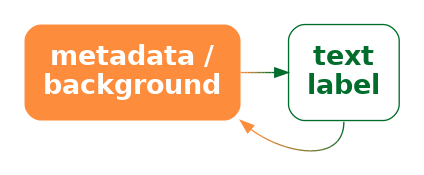
The Graphviz diagram Diagrams/meta-label.png in pmur002/hdvw, before a commit. Its source is kept beside it as Diagrams/meta-label.dot.
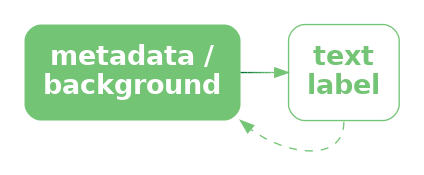
After the change.

The edit, as a diff of the source:
```diff
@@ -1,9 +1,9 @@
 digraph {
   graph [ rankdir=LR; margin=.2; nodesep=.5 ];
   node [ fontsize=20; fontname="sans bold"; margin=.2 ];
-  meta [ label="metadata /\nbackground"; shape=box; style="filled, rounded"; penwidth=0; fontcolor=white; fillcolor="#FD8D3C" ]
+  meta [ label="metadata /\nbackground"; shape=box; style="filled, rounded"; penwidth=0; fontcolor=white; fillcolor="#74C476" ]
   label [ label="text\nlabel"; shape=box;
-       style="rounded"; color="#006D2C"; fontcolor="#006D2C" ]
-  meta -> label [ style="bold"; penwidth=1; color="#FD8D3C;0.1:#E1893A;0.1:#C58638;0.1:#A98237;0.1:#8D7F35;0.1:#707B33;0.1:#547831;0.1:#387430;0.1:#1C712E;0.1:#006D2C;0.1" ]
-  label:s -> meta:se [ style="solid", color="#006D2C;0.1:#1C712E;0.1:#387430;0.1:#547831;0.1:#707B33;0.1:#8D7F35;0.1:#A98237;0.1:#C58638;0.1:#E1893A;0.1:#FD8D3C;0.1" ]
+       style="rounded"; color="#74C476"; fontcolor="#74C476" ]
+  meta -> label [ style="bold"; penwidth=1; color="#006D2C;0.1:#0D7734;0.1:#1A803C;0.1:#278A45;0.1:#34944D;0.1:#409D55;0.1:#4DA75D;0.1:#5AB166;0.1:#67BA6E;0.1:#74C476;0.1" ]
+  label:s -> meta:se [ style="dashed", color="#74C476" ]
 }
```
